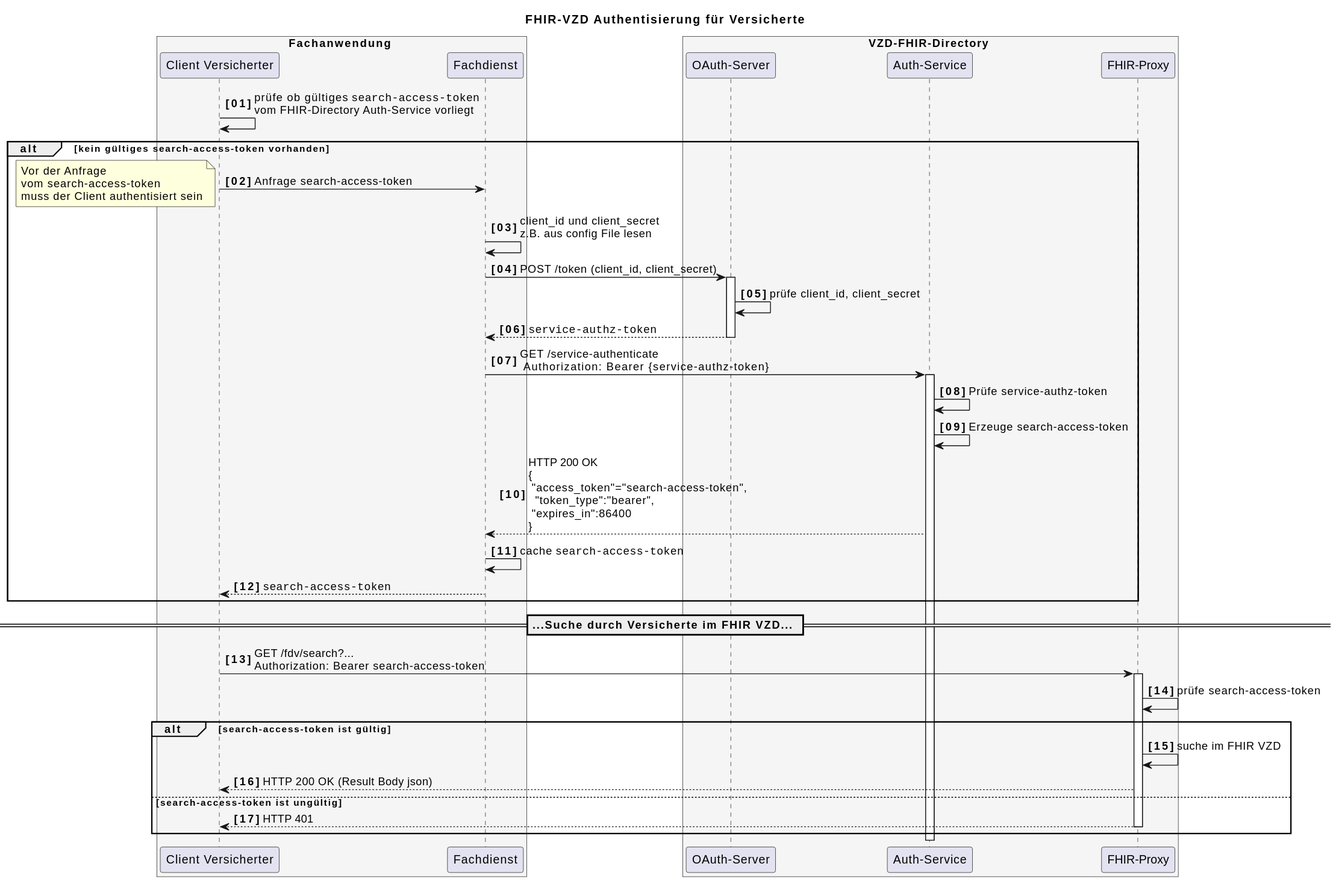
Before: images/diagrams/SequenceDiagram.FHIR-Directory.fdv.search.svg, a diagram exported from PlantUML (gematik/api-vzd).
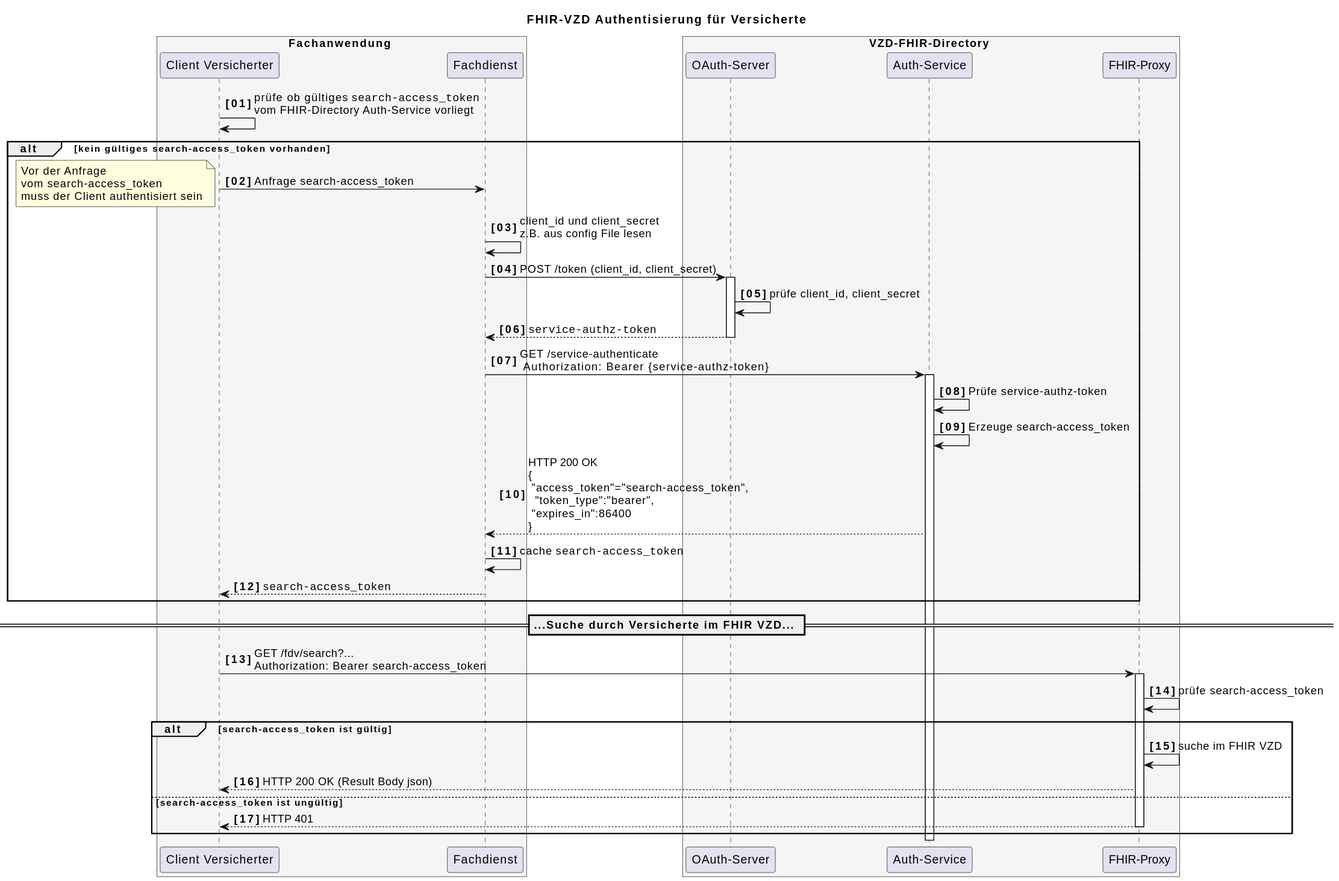
After the change.

Commit message:
Commit from GitHub Actions (GeneratePlantumlImages)

The edit, as a diff of the source:
```diff
@@ -14,12 +14,12 @@
     participant fp as "FHIR-Proxy"
 end box
 
-VClient-> VClient: prüfe ob  gültiges ""search-access-token""\nvom FHIR-Directory Auth-Service vorliegt
+VClient-> VClient: prüfe ob  gültiges ""search-access_token""\nvom FHIR-Directory Auth-Service vorliegt
 
-alt kein gültiges search-access-token vorhanden
-   VClient-> FDienst: Anfrage search-access-token
+alt kein gültiges search-access_token vorhanden
+   VClient-> FDienst: Anfrage search-access_token
 
-note left: Vor der Anfrage\nvom search-access-token\nmuss der Client authentisiert sein
+note left: Vor der Anfrage\nvom search-access_token\nmuss der Client authentisiert sein
 
    FDienst -> FDienst: client_id und client_secret\nz.B. aus config File lesen
    FDienst ->VzdOAuth++: POST /token (client_id, client_secret)
@@ -30,24 +30,24 @@
 
    VzdAuth->VzdAuth: Prüfe service-authz-token
 
-   VzdAuth->VzdAuth: Erzeuge search-access-token
-   VzdAuth-->FDienst: HTTP 200 OK\n{\n "access_token"="search-access-token",\n  "token_type":"bearer",\n "expires_in":86400\n}
+   VzdAuth->VzdAuth: Erzeuge search-access_token
+   VzdAuth-->FDienst: HTTP 200 OK\n{\n "access_token"="search-access_token",\n  "token_type":"bearer",\n "expires_in":86400\n}
 
-   FDienst->FDienst: cache ""search-access-token""
+   FDienst->FDienst: cache ""search-access_token""
 
-   FDienst-->VClient: ""search-access-token""
+   FDienst-->VClient: ""search-access_token""
 end
 
 == ...Suche durch Versicherte im FHIR VZD... ==
 
-VClient -> fp: GET /fdv/search?... \nAuthorization: Bearer search-access-token
+VClient -> fp: GET /fdv/search?... \nAuthorization: Bearer search-access_token
 activate fp
-fp -> fp: prüfe search-access-token
+fp -> fp: prüfe search-access_token
 
-alt search-access-token ist gültig
+alt search-access_token ist gültig
    fp -> fp: suche im FHIR VZD
    fp --> VClient : HTTP 200 OK (Result Body json)
- else search-access-token ist ungültig
+ else search-access_token ist ungültig
    fp --> VClient : HTTP 401
    deactivate fp
 end
```
